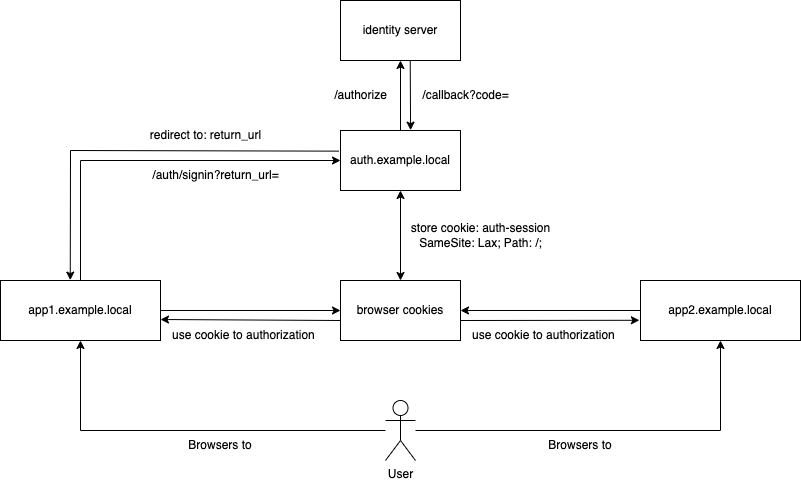
The draw.io diagram docs/authentication.png in quochuydev/next-multiple-oidc-sessions, before a commit. Source tidied: cells renumbered, new cells last; positions are measured from the earlier drawing's top-left corner, leaving out a move shared by most shapes. Source of this version:
```xml
<mxGraphModel>
  <root>
    <mxCell id="0" />
    <mxCell id="1" parent="0" />
    <mxCell id="2" value="app2&lt;span style=&quot;background-color: initial;&quot;&gt;.example.local&lt;/span&gt;" style="rounded=0;whiteSpace=wrap;html=1;" parent="1" vertex="1">
      <mxGeometry x="640" y="280" width="160" height="60" as="geometry" />
    </mxCell>
    <mxCell id="3" style="edgeStyle=orthogonalEdgeStyle;rounded=0;jettySize=auto;html=1;entryX=0.5;entryY=1;entryDx=0;entryDy=0;" parent="1" edge="1" target="4">
      <mxGeometry relative="1" as="geometry">
        <mxPoint x="400" y="155" as="sourcePoint" />
      </mxGeometry>
    </mxCell>
    <mxCell id="4" value="identity server" style="rounded=0;whiteSpace=wrap;html=1;" parent="1" vertex="1">
      <mxGeometry x="340" width="120" height="60" as="geometry" />
    </mxCell>
    <mxCell id="5" value="redirect to: return_url" style="text;html=1;align=center;verticalAlign=middle;strokeColor=none;fillColor=none;" parent="1" vertex="1">
      <mxGeometry x="140" y="120" width="130" height="30" as="geometry" />
    </mxCell>
    <mxCell id="6" value="/authorize" style="text;html=1;align=center;verticalAlign=middle;strokeColor=none;fillColor=none;" parent="1" vertex="1">
      <mxGeometry x="320" y="80" width="80" height="30" as="geometry" />
    </mxCell>
    <mxCell id="7" style="edgeStyle=orthogonalEdgeStyle;rounded=0;jettySize=auto;html=1;entryX=0.5;entryY=1;entryDx=0;entryDy=0;" parent="1" edge="1" source="9" target="16">
      <mxGeometry relative="1" as="geometry" />
    </mxCell>
    <mxCell id="8" style="edgeStyle=orthogonalEdgeStyle;rounded=0;jettySize=auto;html=1;entryX=0.5;entryY=1;entryDx=0;entryDy=0;" parent="1" edge="1" source="9" target="2">
      <mxGeometry relative="1" as="geometry" />
    </mxCell>
    <mxCell id="9" value="User" style="shape=umlActor;verticalLabelPosition=bottom;verticalAlign=top;html=1;outlineConnect=0;" parent="1" vertex="1">
      <mxGeometry x="385" y="400" width="30" height="60" as="geometry" />
    </mxCell>
    <mxCell id="10" value="/callback?code=" style="text;html=1;align=center;verticalAlign=middle;strokeColor=none;fillColor=none;" parent="1" vertex="1">
      <mxGeometry x="410" y="80" width="110" height="30" as="geometry" />
    </mxCell>
    <mxCell id="11" value="store cookie: auth-session&lt;br&gt;SameSite: Lax; Path: /;" style="text;html=1;align=center;verticalAlign=middle;strokeColor=none;fillColor=none;" parent="1" vertex="1">
      <mxGeometry x="400" y="215" width="160" height="40" as="geometry" />
    </mxCell>
    <mxCell id="12" style="endArrow=classic;html=1;rounded=0;entryX=0.584;entryY=-0.005;entryDx=0;entryDy=0;entryPerimeter=0;exitX=0.581;exitY=0.992;exitDx=0;exitDy=0;exitPerimeter=0;" parent="1" edge="1" source="4" target="14">
      <mxGeometry relative="1" as="geometry" />
    </mxCell>
    <mxCell id="13" value="browser cookies" style="rounded=0;whiteSpace=wrap;html=1;" parent="1" vertex="1">
      <mxGeometry x="340" y="280" width="120" height="60" as="geometry" />
    </mxCell>
    <mxCell id="14" value="auth.example.local" style="rounded=0;whiteSpace=wrap;html=1;" parent="1" vertex="1">
      <mxGeometry x="340" y="130" width="120" height="60" as="geometry" />
    </mxCell>
    <mxCell id="15" style="endArrow=classic;html=1;rounded=0;exitX=-0.014;exitY=0.344;exitDx=0;exitDy=0;exitPerimeter=0;entryX=0.436;entryY=-0.007;entryDx=0;entryDy=0;entryPerimeter=0;" parent="1" edge="1" source="14" target="16">
      <mxGeometry relative="1" as="geometry">
        <Array as="points">
          <mxPoint x="70" y="150" />
        </Array>
      </mxGeometry>
    </mxCell>
    <mxCell id="16" value="app1.example.local" style="rounded=0;whiteSpace=wrap;html=1;" parent="1" vertex="1">
      <mxGeometry y="280" width="160" height="60" as="geometry" />
    </mxCell>
    <mxCell id="17" style="endArrow=classic;html=1;rounded=0;exitX=0.5;exitY=0;exitDx=0;exitDy=0;entryX=0;entryY=0.5;entryDx=0;entryDy=0;" parent="1" edge="1" source="16" target="14">
      <mxGeometry relative="1" as="geometry">
        <Array as="points">
          <mxPoint x="80" y="160" />
        </Array>
      </mxGeometry>
    </mxCell>
    <mxCell id="18" style="endArrow=classic;startArrow=classic;html=1;rounded=0;entryX=0.5;entryY=1;entryDx=0;entryDy=0;exitX=0.5;exitY=0;exitDx=0;exitDy=0;" parent="1" edge="1" source="13" target="14">
      <mxGeometry relative="1" as="geometry" />
    </mxCell>
    <mxCell id="19" style="endArrow=classic;html=1;rounded=0;entryX=0;entryY=0.5;entryDx=0;entryDy=0;exitX=1;exitY=0.5;exitDx=0;exitDy=0;" parent="1" edge="1" source="16" target="13">
      <mxGeometry relative="1" as="geometry" />
    </mxCell>
    <mxCell id="20" style="endArrow=classic;html=1;rounded=0;entryX=1;entryY=0.5;entryDx=0;entryDy=0;exitX=0;exitY=0.5;exitDx=0;exitDy=0;" parent="1" edge="1" source="2" target="13">
      <mxGeometry relative="1" as="geometry" />
    </mxCell>
    <mxCell id="21" value="/auth/signin?return_url=" style="text;html=1;align=center;verticalAlign=middle;strokeColor=none;fillColor=none;" parent="1" vertex="1">
      <mxGeometry x="140" y="160" width="150" height="30" as="geometry" />
    </mxCell>
    <mxCell id="22" value="Browsers to" style="text;html=1;align=center;verticalAlign=middle;whiteSpace=wrap;rounded=0;" parent="1" vertex="1">
      <mxGeometry x="180" y="430" width="80" height="30" as="geometry" />
    </mxCell>
    <mxCell id="23" value="use cookie&amp;nbsp;&lt;span style=&quot;background-color: initial;&quot;&gt;to authorization&lt;/span&gt;" style="text;html=1;align=left;verticalAlign=middle;strokeColor=none;fillColor=none;" parent="1" vertex="1">
      <mxGeometry x="170" y="320" width="170" height="30" as="geometry" />
    </mxCell>
    <mxCell id="24" style="endArrow=classic;html=1;rounded=0;exitX=1;exitY=0.5;exitDx=0;exitDy=0;" parent="1" edge="1">
      <mxGeometry relative="1" as="geometry">
        <mxPoint x="340" y="320" as="sourcePoint" />
        <mxPoint x="160" y="319" as="targetPoint" />
      </mxGeometry>
    </mxCell>
    <mxCell id="25" style="endArrow=classic;html=1;rounded=0;entryX=-0.007;entryY=0.663;entryDx=0;entryDy=0;exitX=1;exitY=0.5;exitDx=0;exitDy=0;entryPerimeter=0;" parent="1" edge="1" target="2">
      <mxGeometry relative="1" as="geometry">
        <mxPoint x="460" y="320" as="sourcePoint" />
      </mxGeometry>
    </mxCell>
    <mxCell id="26" value="use cookie&amp;nbsp;&lt;span style=&quot;background-color: initial;&quot;&gt;to authorization&lt;/span&gt;" style="text;html=1;align=left;verticalAlign=middle;strokeColor=none;fillColor=none;" parent="1" vertex="1">
      <mxGeometry x="470" y="320" width="170" height="30" as="geometry" />
    </mxCell>
    <mxCell id="27" value="Browsers to" style="text;html=1;align=center;verticalAlign=middle;whiteSpace=wrap;rounded=0;" parent="1" vertex="1">
      <mxGeometry x="540" y="430" width="80" height="30" as="geometry" />
    </mxCell>
  </root>
</mxGraphModel>
```
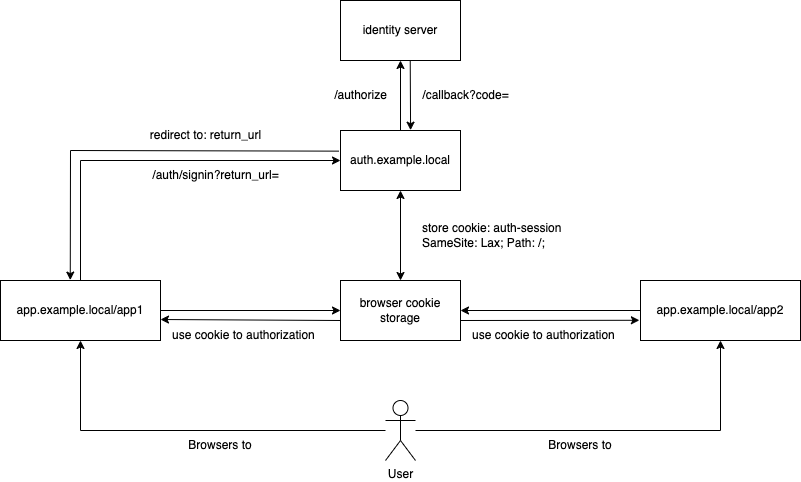
The same diagram one commit later.

Change to the diagram source:
```diff
@@ -2,7 +2,7 @@
   <root>
     <mxCell id="0" />
     <mxCell id="1" parent="0" />
-    <mxCell id="2" value="app2&lt;span style=&quot;background-color: initial;&quot;&gt;.example.local&lt;/span&gt;" style="rounded=0;whiteSpace=wrap;html=1;" parent="1" vertex="1">
+    <mxCell id="2" value="app.example.local/app2" style="rounded=0;whiteSpace=wrap;html=1;" parent="1" vertex="1">
       <mxGeometry x="640" y="280" width="160" height="60" as="geometry" />
     </mxCell>
     <mxCell id="3" style="edgeStyle=orthogonalEdgeStyle;rounded=0;jettySize=auto;html=1;entryX=0.5;entryY=1;entryDx=0;entryDy=0;" parent="1" edge="1" target="4">
@@ -31,13 +31,13 @@
     <mxCell id="10" value="/callback?code=" style="text;html=1;align=center;verticalAlign=middle;strokeColor=none;fillColor=none;" parent="1" vertex="1">
       <mxGeometry x="410" y="80" width="110" height="30" as="geometry" />
     </mxCell>
-    <mxCell id="11" value="store cookie: auth-session&lt;br&gt;SameSite: Lax; Path: /;" style="text;html=1;align=center;verticalAlign=middle;strokeColor=none;fillColor=none;" parent="1" vertex="1">
-      <mxGeometry x="400" y="215" width="160" height="40" as="geometry" />
+    <mxCell id="11" value="store cookie: auth-session&lt;br&gt;SameSite: Lax; Path: /;" style="text;html=1;align=left;verticalAlign=middle;strokeColor=none;fillColor=none;" parent="1" vertex="1">
+      <mxGeometry x="420" y="215" width="160" height="40" as="geometry" />
     </mxCell>
     <mxCell id="12" style="endArrow=classic;html=1;rounded=0;entryX=0.584;entryY=-0.005;entryDx=0;entryDy=0;entryPerimeter=0;exitX=0.581;exitY=0.992;exitDx=0;exitDy=0;exitPerimeter=0;" parent="1" edge="1" source="4" target="14">
       <mxGeometry relative="1" as="geometry" />
     </mxCell>
-    <mxCell id="13" value="browser cookies" style="rounded=0;whiteSpace=wrap;html=1;" parent="1" vertex="1">
+    <mxCell id="13" value="browser cookie storage" style="rounded=0;whiteSpace=wrap;html=1;" parent="1" vertex="1">
       <mxGeometry x="340" y="280" width="120" height="60" as="geometry" />
     </mxCell>
     <mxCell id="14" value="auth.example.local" style="rounded=0;whiteSpace=wrap;html=1;" parent="1" vertex="1">
@@ -50,7 +50,7 @@
         </Array>
       </mxGeometry>
     </mxCell>
-    <mxCell id="16" value="app1.example.local" style="rounded=0;whiteSpace=wrap;html=1;" parent="1" vertex="1">
+    <mxCell id="16" value="app.example.local/app1" style="rounded=0;whiteSpace=wrap;html=1;" parent="1" vertex="1">
       <mxGeometry y="280" width="160" height="60" as="geometry" />
     </mxCell>
     <mxCell id="17" style="endArrow=classic;html=1;rounded=0;exitX=0.5;exitY=0;exitDx=0;exitDy=0;entryX=0;entryY=0.5;entryDx=0;entryDy=0;" parent="1" edge="1" source="16" target="14">
```
